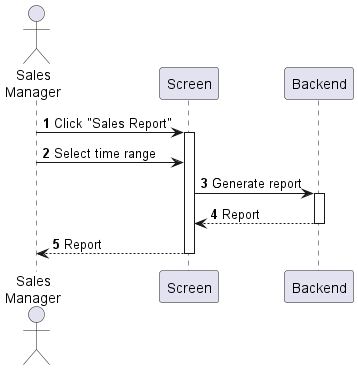
phihungha/scmss-reqs keeps this PlantUML diagram as sequences/report-generate.png. Above is the earlier version. The source it was exported from:
```plantuml
@startuml report-generate
autonumber

actor "Sales\nManager" as a
participant Screen as f
participant Backend as b

a -> f : Click "Sales Report"
activate f
a -> f : Select time range
f -> b : Generate report
activate b
return Report
return Report
@enduml
```
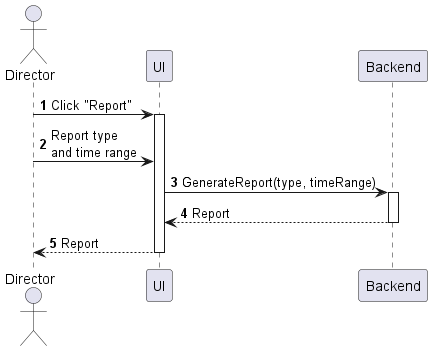
The same diagram one commit later.

Commit message:
Improve generate sequence

Diff of the diagram source:
```diff
@@ -1,14 +1,14 @@
 @startuml report-generate
 autonumber
 
-actor "Sales\nManager" as a
-participant Screen as f
+actor "Director" as a
+participant UI as f
 participant Backend as b
 
-a -> f : Click "Sales Report"
+a -> f : Click "Report"
 activate f
-a -> f : Select time range
-f -> b : Generate report
+a -> f : Report type\nand time range
+f -> b : GenerateReport(type, timeRange)
 activate b
 return Report
 return Report
```
